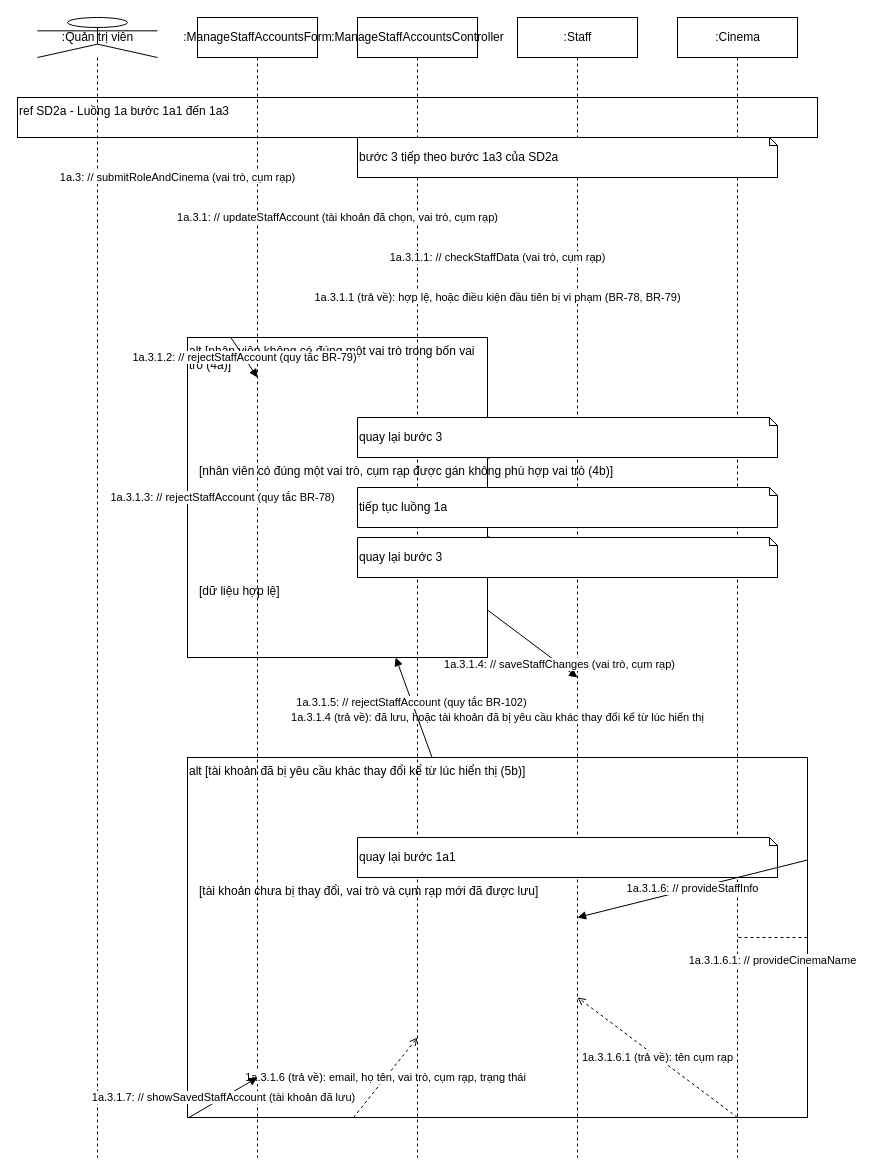
The draw.io diagram page "SD2b - Luồng 1a bước 3 đến 6 và luồng 4a, 4b, 5b" (4 of 9) of design/diagrams/P07-sequence-UC-017.drawio in luytbq/app-dat-ve-xem-phim, before the edit. Source tidied: cells renumbered, new cells numbered last; positions are measured from the earlier drawing's top-left corner, leaving out a move shared by most shapes. Both pictures are drawn from the tidied source at 100%, with x=0, y=0 at pixel (17, 17).
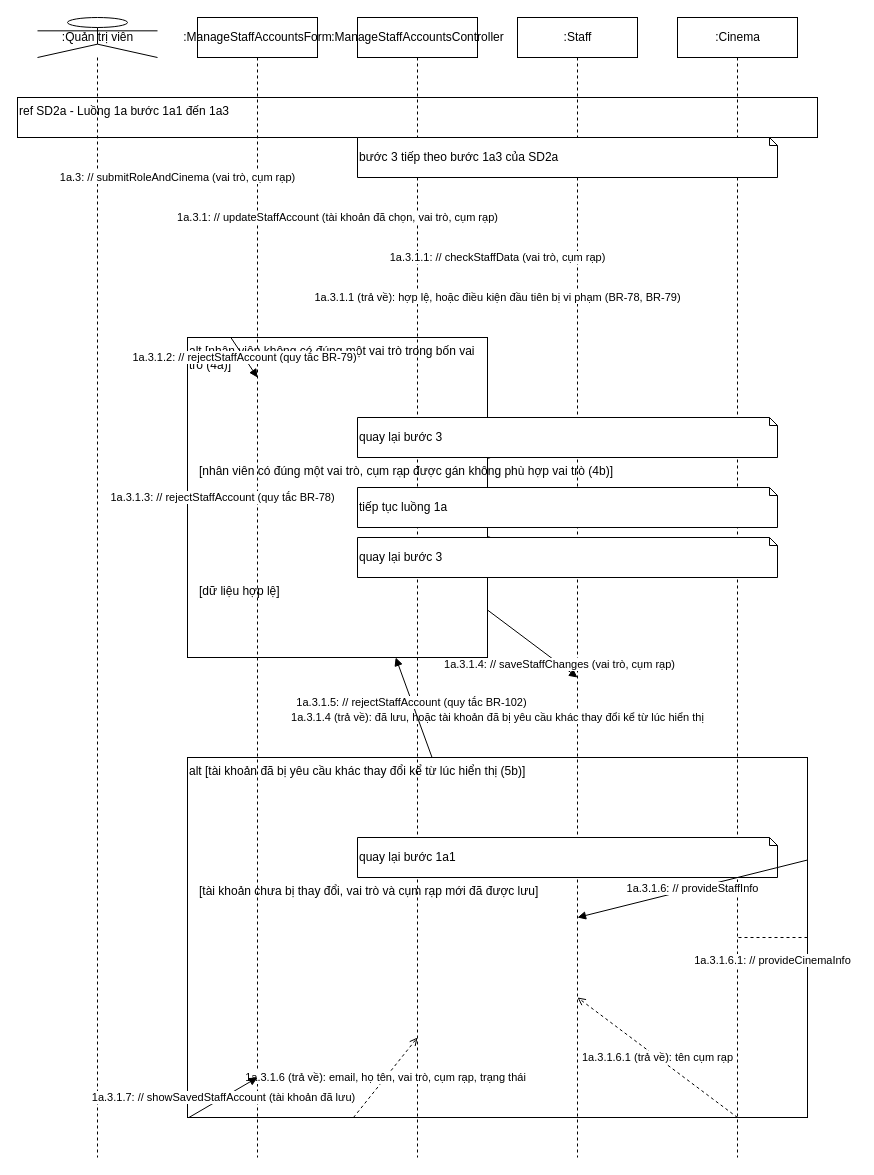
The same diagram, later.

The change refers to these unchanged cells:
```xml
<mxCell id="13" value="alt [tài khoản đã bị yêu cầu khác thay đổi kể từ lúc hiển thị (5b)]" style="rounded=0;whiteSpace=wrap;html=1;fillColor=none;align=left;verticalAlign=top;" parent="1" vertex="1">
  <mxGeometry x="170" y="740" width="620" height="360" as="geometry" />
</mxCell>
```

Diff of the diagram source:
```diff
@@
-    <mxCell id="31" value="1a.3.1.6.1: // provideCinemaName" style="endArrow=block;endFill=1;html=1;" parent="1" edge="1" source="13">
+    <mxCell id="31" value="1a.3.1.6.1: // provideCinemaInfo" style="endArrow=block;endFill=1;html=1;" parent="1" edge="1" source="13">
       <mxGeometry relative="1" as="geometry">
         <mxPoint x="720" y="940" as="targetPoint" />
       </mxGeometry>
     </mxCell>
```
